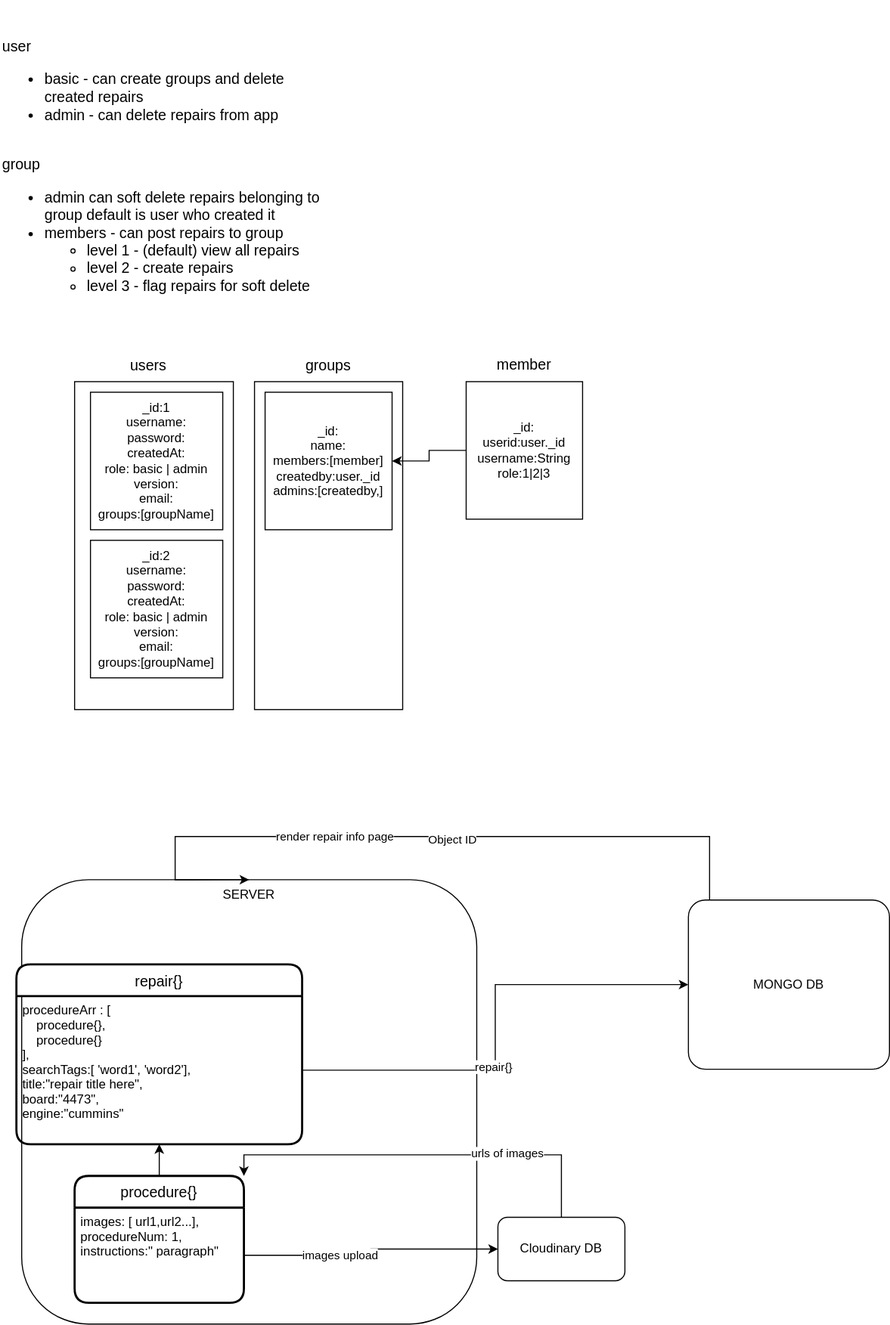
Above: repair-reports/repair-reports-diagram.drawio.svg in jesusdoza/diagrams (draw.io), before the change. Source tidied: cells renumbered, new cells last; positions are measured from the earlier drawing's top-left corner, leaving out a move shared by most shapes.
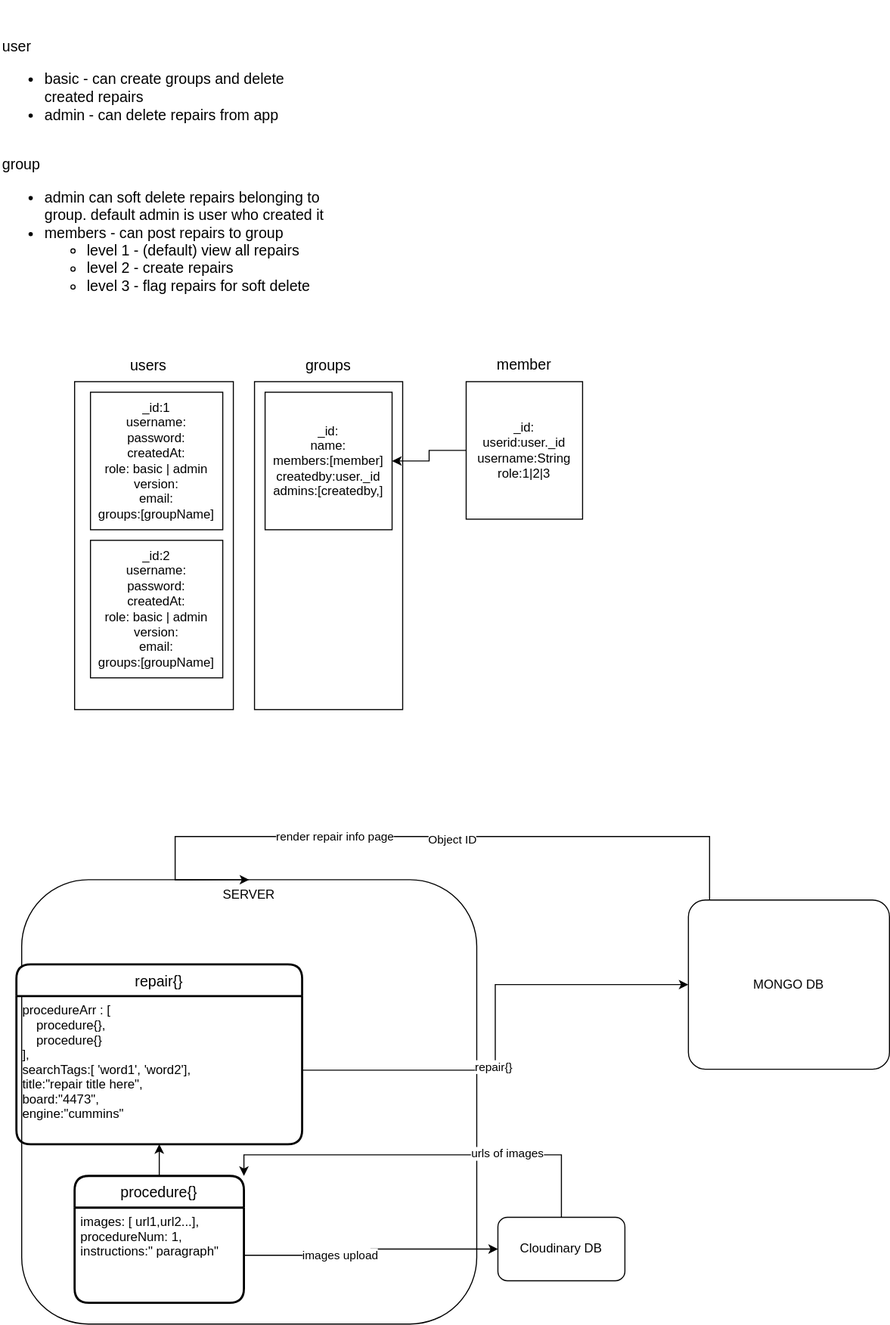
The same diagram one commit later.

The edit, as a diff of the source:
```diff
@@ -88,7 +88,7 @@
     <mxCell id="28" value="member" style="text;html=1;strokeColor=none;fillColor=none;align=center;verticalAlign=middle;whiteSpace=wrap;rounded=0;fontSize=14;" parent="1" vertex="1">
       <mxGeometry x="465" y="329" width="60" height="30" as="geometry" />
     </mxCell>
-    <mxCell id="29" value="&lt;br&gt;user&amp;nbsp;&lt;br&gt;&lt;ul&gt;&lt;li&gt;basic - can create groups and delete created repairs&lt;/li&gt;&lt;li&gt;admin - can delete repairs from app&lt;/li&gt;&lt;/ul&gt;&lt;br&gt;group&amp;nbsp;&lt;br&gt;&lt;ul&gt;&lt;li&gt;admin can soft delete repairs belonging to group default is user who created it&lt;/li&gt;&lt;li&gt;members - can post repairs to group&lt;/li&gt;&lt;ul&gt;&lt;li&gt;level 1 - (default) view all repairs&lt;/li&gt;&lt;li&gt;level 2 - create repairs&lt;/li&gt;&lt;li&gt;level 3 - flag repairs for soft delete&lt;/li&gt;&lt;/ul&gt;&lt;/ul&gt;" style="text;html=1;strokeColor=none;fillColor=none;align=left;verticalAlign=middle;whiteSpace=wrap;rounded=0;fontSize=14;" parent="1" vertex="1">
+    <mxCell id="29" value="&lt;br&gt;user&amp;nbsp;&lt;br&gt;&lt;ul&gt;&lt;li&gt;basic - can create groups and delete created repairs&lt;/li&gt;&lt;li&gt;admin - can delete repairs from app&lt;/li&gt;&lt;/ul&gt;&lt;br&gt;group&amp;nbsp;&lt;br&gt;&lt;ul&gt;&lt;li&gt;admin can soft delete repairs belonging to group. default admin is user who created it&lt;/li&gt;&lt;li&gt;members - can post repairs to group&lt;/li&gt;&lt;ul&gt;&lt;li&gt;level 1 - (default) view all repairs&lt;/li&gt;&lt;li&gt;level 2 - create repairs&lt;/li&gt;&lt;li&gt;level 3 - flag repairs for soft delete&lt;/li&gt;&lt;/ul&gt;&lt;/ul&gt;" style="text;html=1;strokeColor=none;fillColor=none;align=left;verticalAlign=middle;whiteSpace=wrap;rounded=0;fontSize=14;" parent="1" vertex="1">
       <mxGeometry width="310" height="310" as="geometry" />
     </mxCell>
   </root>
```
